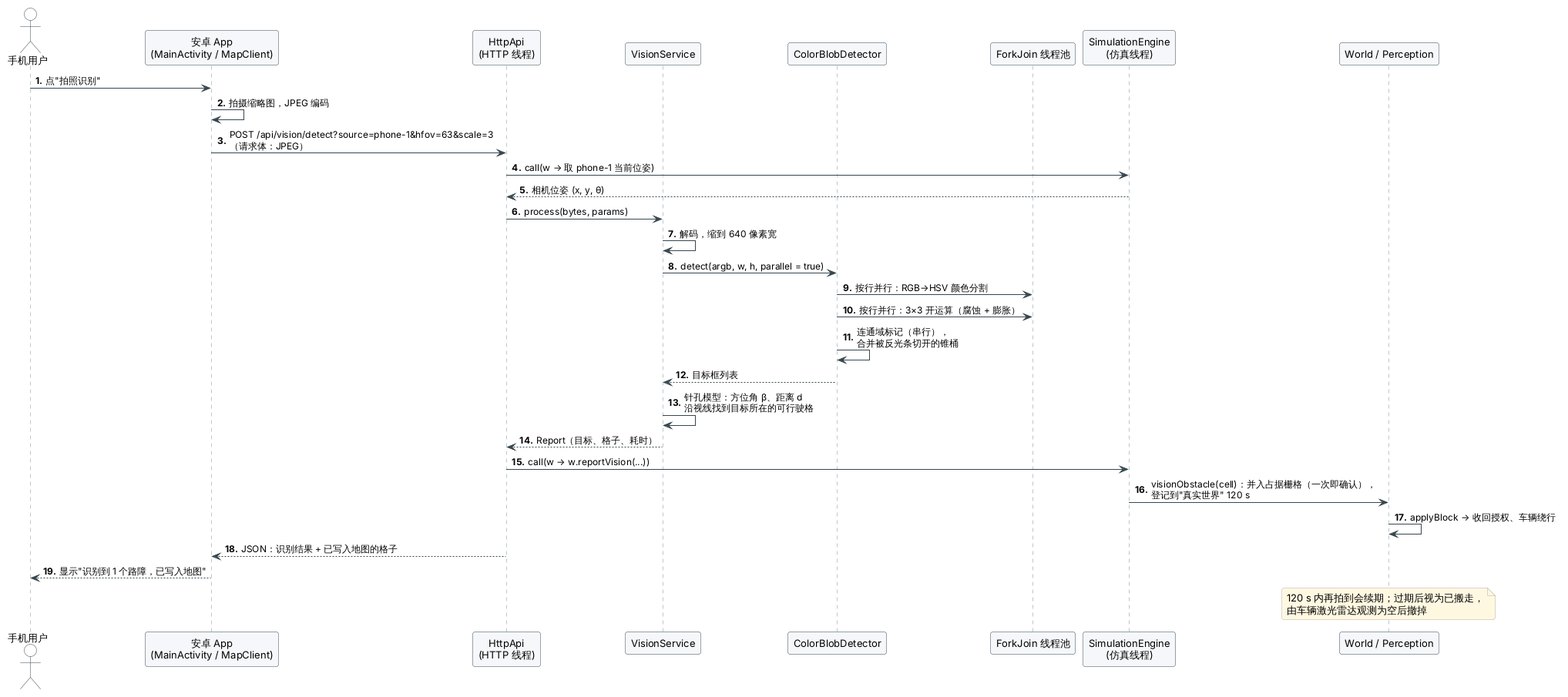
Before: docs/images/uml/seq-vision.png, a diagram exported from PlantUML (fuzeliang1/ZongC). Its diagram source:
```plantuml
@startuml seq-vision
!include _style.iuml
autonumber "<b>0."

actor "手机用户" as U
participant "安卓 App\n(MainActivity / MapClient)" as App
participant "HttpApi\n(HTTP 线程)" as Http
participant "VisionService" as VS
participant "ColorBlobDetector" as Det
participant "ForkJoin 线程池" as FJ
participant "SimulationEngine\n(仿真线程)" as Eng
participant "World / Perception" as W

U -> App : 点"拍照识别"
App -> App : 拍摄缩略图，JPEG 编码
App -> Http : POST /api/vision/detect?source=phone-1&hfov=63&scale=3\n（请求体：JPEG）
Http -> Eng : call(w → 取 phone-1 当前位姿)
Eng --> Http : 相机位姿 (x, y, θ)
Http -> VS : process(bytes, params)
VS -> VS : 解码，缩到 640 像素宽
VS -> Det : detect(argb, w, h, parallel = true)
Det -> FJ : 按行并行：RGB→HSV 颜色分割
Det -> FJ : 按行并行：3×3 开运算（腐蚀 + 膨胀）
Det -> Det : 连通域标记（串行），\n合并被反光条切开的锥桶
Det --> VS : 目标框列表
VS -> VS : 针孔模型：方位角 β、距离 d\n沿视线找到目标所在的可行驶格
VS --> Http : Report（目标、格子、耗时）
Http -> Eng : call(w → w.reportVision(...))
Eng -> W : visionObstacle(cell)：并入占据栅格（一次即确认），\n登记到"真实世界" 120 s
W -> W : applyBlock → 收回授权、车辆绕行
Http --> App : JSON：识别结果 + 已写入地图的格子
App --> U : 显示"识别到 1 个路障，已写入地图"
note over W : 120 s 内再拍到会续期；过期后视为已搬走，\n由车辆激光雷达观测为空后撤掉
@enduml
```
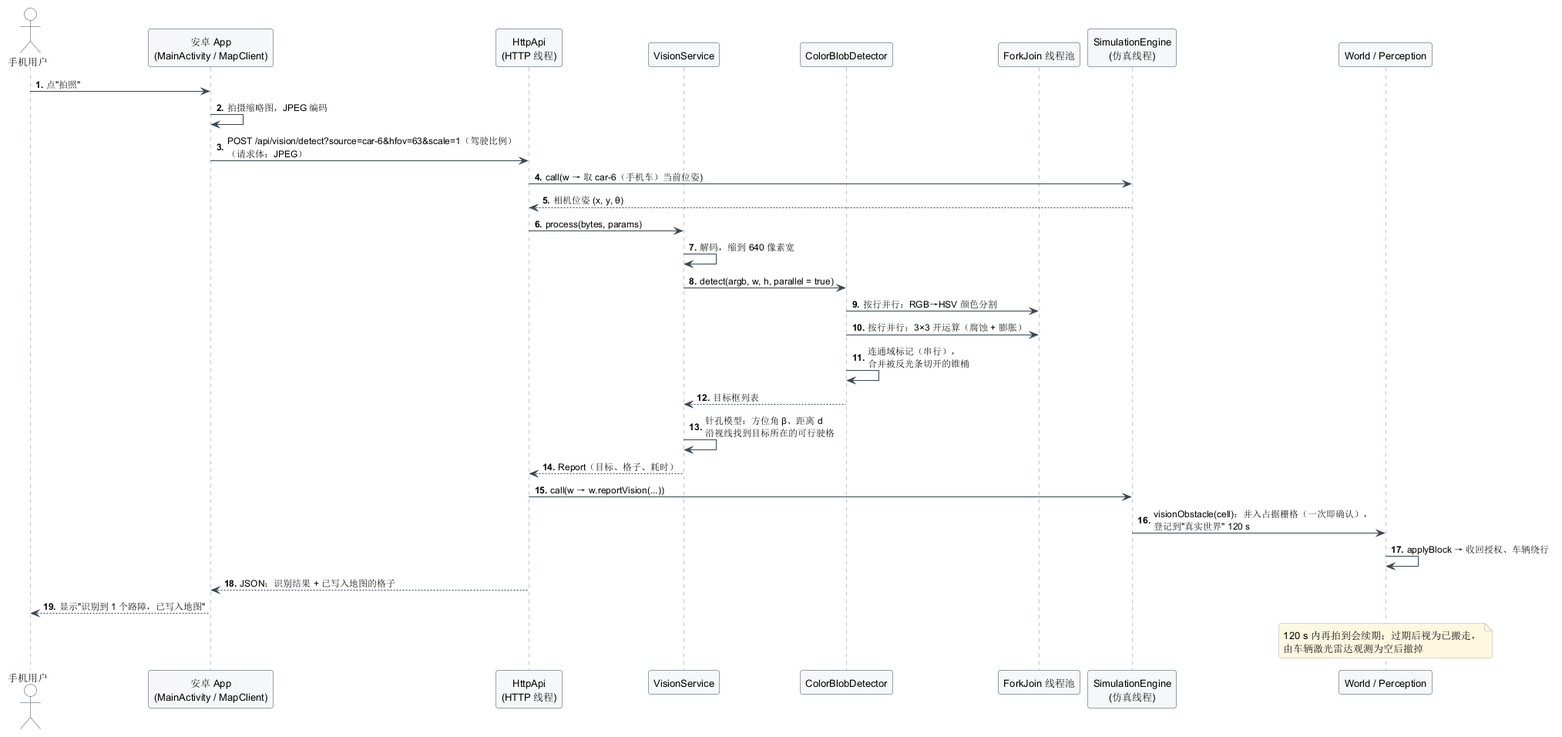
After the commit.

Diff of the diagram source:
```diff
@@ -11,10 +11,10 @@
 participant "SimulationEngine\n(仿真线程)" as Eng
 participant "World / Perception" as W
 
-U -> App : 点"拍照识别"
+U -> App : 点"拍照"
 App -> App : 拍摄缩略图，JPEG 编码
-App -> Http : POST /api/vision/detect?source=phone-1&hfov=63&scale=3\n（请求体：JPEG）
-Http -> Eng : call(w → 取 phone-1 当前位姿)
+App -> Http : POST /api/vision/detect?source=car-6&hfov=63&scale=1（驾驶比例）\n（请求体：JPEG）
+Http -> Eng : call(w → 取 car-6（手机车）当前位姿)
 Eng --> Http : 相机位姿 (x, y, θ)
 Http -> VS : process(bytes, params)
 VS -> VS : 解码，缩到 640 像素宽
```
